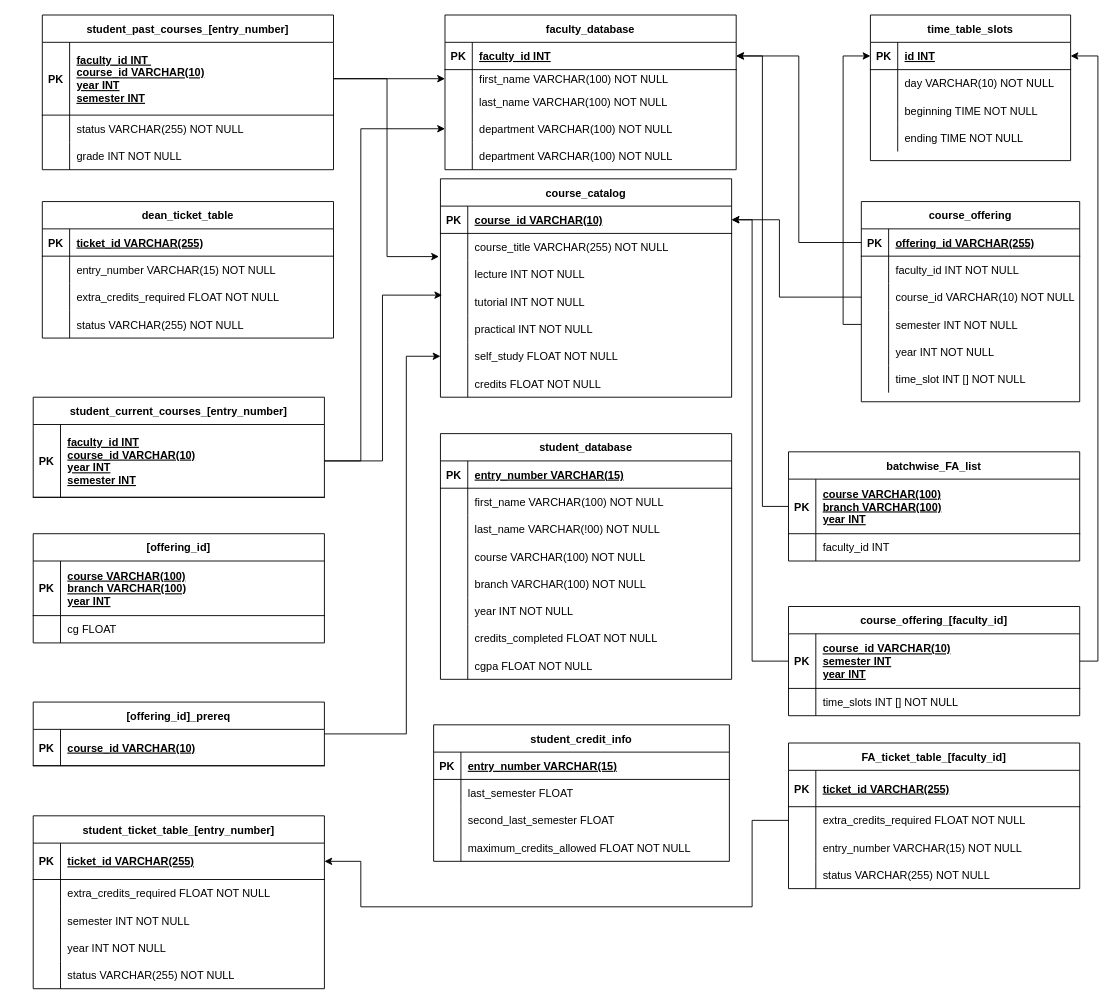
Before: Untitled Diagram.drawio in MohitKumar18/AIMS-Clone, a draw.io diagram. Source tidied: cells renumbered, new cells numbered last; positions are measured from the earlier drawing's top-left corner, leaving out a move shared by most shapes. Both pictures are drawn from the tidied source at 91%, with x=0, y=0 at pixel (33, 15).
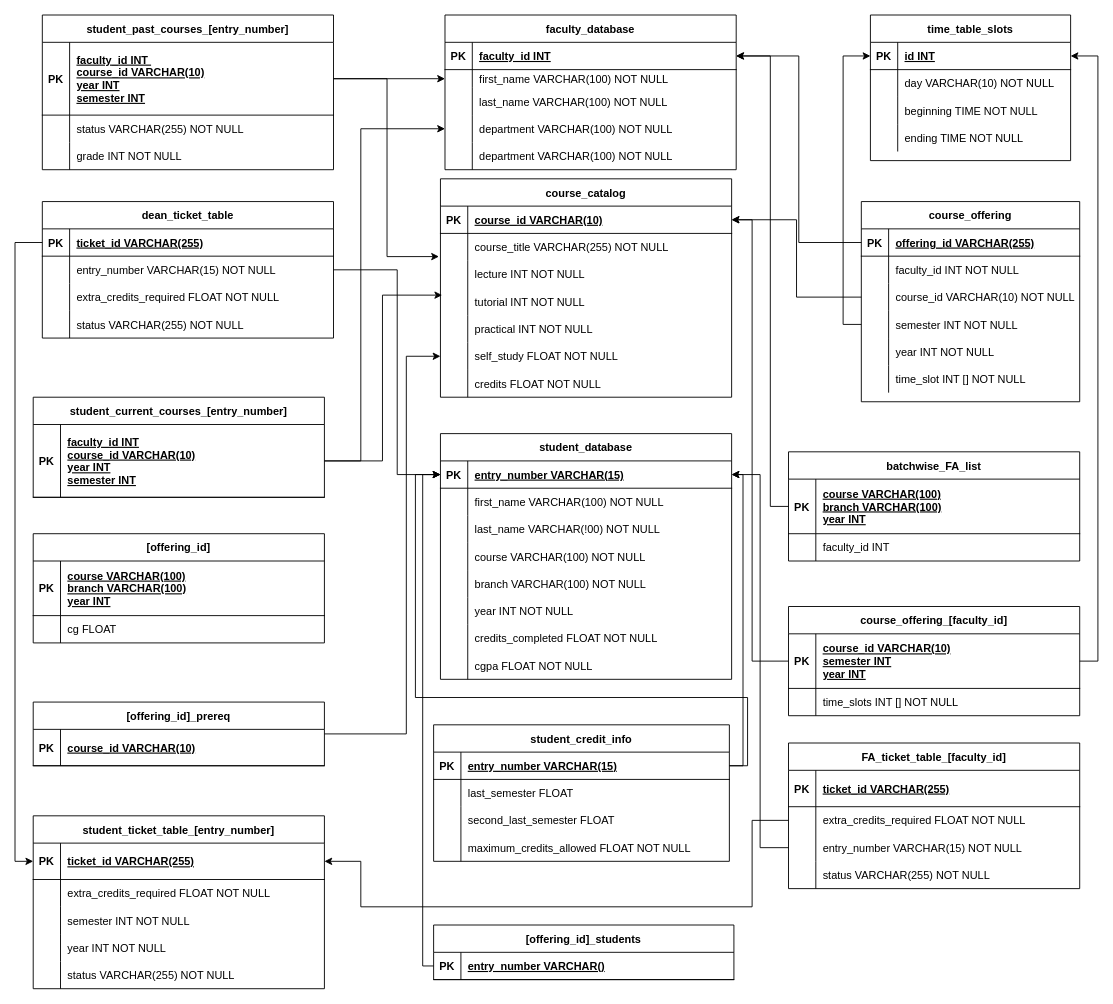
Above is the later version.

Unchanged cells that the change refers to:
```xml
<mxCell id="22" style="shape=partialRectangle;fillColor=none;points=[[0,0.5],[1,0.5]];portConstraint=eastwest;top=0;left=0;right=0;bottom=0;" parent="15" vertex="1">
  <mxGeometry y="90" width="240" height="30" as="geometry" />
</mxCell>
<mxCell id="35" style="shape=partialRectangle;fillColor=none;points=[[0,0.5],[1,0.5]];portConstraint=eastwest;top=0;left=0;right=0;bottom=1;" parent="34" vertex="1">
  <mxGeometry y="30" width="320" height="30" as="geometry" />
</mxCell>
<mxCell id="57" style="shape=partialRectangle;fillColor=none;points=[[0,0.5],[1,0.5]];portConstraint=eastwest;top=0;left=0;right=0;bottom=1;" parent="56" vertex="1">
  <mxGeometry y="30" width="325" height="30" as="geometry" />
</mxCell>
<mxCell id="70" style="shape=partialRectangle;fillColor=none;points=[[0,0.5],[1,0.5]];portConstraint=eastwest;top=0;left=0;right=0;bottom=1;" parent="69" vertex="1">
  <mxGeometry y="30" width="320" height="30" as="geometry" />
</mxCell>
<mxCell id="86" style="shape=partialRectangle;fillColor=none;points=[[0,0.5],[1,0.5]];portConstraint=eastwest;top=0;left=0;right=0;bottom=1;" parent="85" vertex="1">
  <mxGeometry y="30" width="320" height="60" as="geometry" />
</mxCell>
<mxCell id="107" style="shape=partialRectangle;fillColor=none;points=[[0,0.5],[1,0.5]];portConstraint=eastwest;top=0;left=0;right=0;bottom=1;" parent="106" vertex="1">
  <mxGeometry y="30" width="320" height="40" as="geometry" />
</mxCell>
<mxCell id="136" style="shape=partialRectangle;fillColor=none;points=[[0,0.5],[1,0.5]];portConstraint=eastwest;top=0;left=0;right=0;bottom=0;" parent="129" vertex="1">
  <mxGeometry y="100" width="320" height="30" as="geometry" />
</mxCell>
<mxCell id="155" style="shape=partialRectangle;fillColor=none;points=[[0,0.5],[1,0.5]];portConstraint=eastwest;top=0;left=0;right=0;bottom=1;" parent="154" vertex="1">
  <mxGeometry y="30" width="320" height="30" as="geometry" />
</mxCell>
<mxCell id="158" style="shape=partialRectangle;fillColor=none;points=[[0,0.5],[1,0.5]];portConstraint=eastwest;top=0;left=0;right=0;bottom=0;" parent="154" vertex="1">
  <mxGeometry y="60" width="320" height="30" as="geometry" />
</mxCell>
<mxCell id="168" style="shape=partialRectangle;fillColor=none;points=[[0,0.5],[1,0.5]];portConstraint=eastwest;top=0;left=0;right=0;bottom=1;" parent="167" vertex="1">
  <mxGeometry y="30" width="320" height="30" as="geometry" />
</mxCell>
```

Change to the diagram source:
```diff
@@
     <mxCell id="198" style="edgeStyle=orthogonalEdgeStyle;rounded=0;jettySize=auto;html=1;" parent="1" edge="1" source="22" target="35">
-      <mxGeometry relative="1" as="geometry">
-        <Array as="points">
-          <mxPoint x="820" y="310" />
-          <mxPoint x="820" y="225" />
-        </Array>
-      </mxGeometry>
+      <mxGeometry relative="1" as="geometry" />
     </mxCell>
     <mxCell id="199" style="edgeStyle=orthogonalEdgeStyle;rounded=0;jettySize=auto;html=1;entryX=1;entryY=0.5;entryDx=0;entryDy=0;" parent="1" edge="1" source="86" target="70">
-      <mxGeometry relative="1" as="geometry" />
+      <mxGeometry relative="1" as="geometry">
+        <Array as="points">
+          <mxPoint x="810" y="540" />
+          <mxPoint x="810" y="45" />
+        </Array>
+      </mxGeometry>
     </mxCell>
@@
+    <mxCell id="203" style="edgeStyle=orthogonalEdgeStyle;rounded=0;jettySize=auto;html=1;entryX=0;entryY=0.5;entryDx=0;entryDy=0;" parent="1" edge="1" source="57" target="168">
+      <mxGeometry relative="1" as="geometry">
+        <Array as="points">
+          <mxPoint x="785" y="825" />
+          <mxPoint x="785" y="750" />
+          <mxPoint x="420" y="750" />
+          <mxPoint x="420" y="505" />
+        </Array>
+      </mxGeometry>
+    </mxCell>
+    <mxCell id="204" value="[offering_id]_students" style="shape=table;startSize=30;childLayout=tableLayout;rowLines=0;fontStyle=1;align=center;" parent="1" vertex="1">
+      <mxGeometry x="440" y="1000" width="330" height="60" as="geometry" />
+    </mxCell>
+    <mxCell id="205" style="shape=partialRectangle;fillColor=none;points=[[0,0.5],[1,0.5]];portConstraint=eastwest;top=0;left=0;right=0;bottom=1;" parent="204" vertex="1">
+      <mxGeometry y="30" width="330" height="30" as="geometry" />
+    </mxCell>
+    <mxCell id="206" value="PK" style="shape=partialRectangle;overflow=hidden;fillColor=none;top=0;left=0;bottom=0;right=0;fontStyle=1;" parent="205" vertex="1">
+      <mxGeometry width="30" height="30" as="geometry" />
+    </mxCell>
+    <mxCell id="207" value="entry_number VARCHAR()" style="shape=partialRectangle;overflow=hidden;fillColor=none;top=0;left=0;bottom=0;right=0;align=left;spacingLeft=6;fontStyle=5;" parent="205" vertex="1">
+      <mxGeometry x="30" width="300" height="30" as="geometry" />
+    </mxCell>
+    <mxCell id="208" style="edgeStyle=orthogonalEdgeStyle;rounded=0;jettySize=auto;html=1;entryX=0;entryY=0.5;entryDx=0;entryDy=0;" parent="1" edge="1" source="205" target="168">
+      <mxGeometry relative="1" as="geometry">
+        <Array as="points">
+          <mxPoint x="428" y="1045" />
+          <mxPoint x="428" y="505" />
+        </Array>
+      </mxGeometry>
+    </mxCell>
+    <mxCell id="209" style="edgeStyle=orthogonalEdgeStyle;rounded=0;jettySize=auto;html=1;entryX=1;entryY=0.5;entryDx=0;entryDy=0;" parent="1" edge="1" source="57" target="168">
+      <mxGeometry relative="1" as="geometry">
+        <Array as="points">
+          <mxPoint x="780" y="825" />
+          <mxPoint x="780" y="505" />
+        </Array>
+      </mxGeometry>
+    </mxCell>
+    <mxCell id="210" style="edgeStyle=orthogonalEdgeStyle;rounded=0;jettySize=auto;html=1;entryX=0;entryY=0.5;entryDx=0;entryDy=0;" parent="1" edge="1" source="155" target="107">
+      <mxGeometry relative="1" as="geometry" />
+    </mxCell>
+    <mxCell id="211" style="edgeStyle=orthogonalEdgeStyle;rounded=0;jettySize=auto;html=1;entryX=0;entryY=0.5;entryDx=0;entryDy=0;" parent="1" edge="1" source="158" target="168">
+      <mxGeometry relative="1" as="geometry">
+        <Array as="points">
+          <mxPoint x="400" y="280" />
+          <mxPoint x="400" y="505" />
+        </Array>
+      </mxGeometry>
+    </mxCell>
+    <mxCell id="212" style="edgeStyle=orthogonalEdgeStyle;rounded=0;jettySize=auto;html=1;entryX=1;entryY=0.5;entryDx=0;entryDy=0;" parent="1" edge="1" source="136" target="168">
+      <mxGeometry relative="1" as="geometry" />
+    </mxCell>
```
